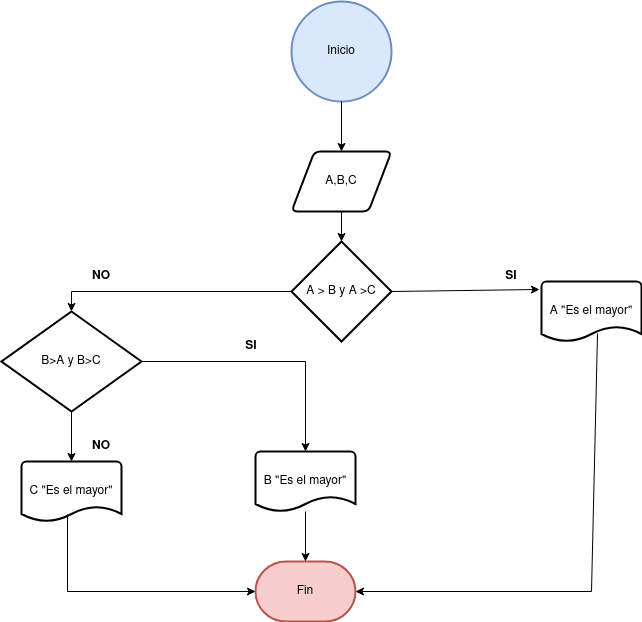
Earlier version of the draw.io export Unidad_1/images/Diagrama_flujo2.drawio.png (Joseman2000LR/Programacion). Source tidied: cells renumbered, new cells last; positions are measured from the earlier drawing's top-left corner, leaving out a move shared by most shapes. The source it was exported from:
```xml
<mxGraphModel>
  <root>
    <mxCell id="0" />
    <mxCell id="1" parent="0" />
    <mxCell id="2" value="Inicio" style="strokeWidth=2;html=1;shape=mxgraph.flowchart.start_2;whiteSpace=wrap;fillColor=#dae8fc;strokeColor=#6c8ebf;" parent="1" vertex="1">
      <mxGeometry x="290" width="100" height="100" as="geometry" />
    </mxCell>
    <mxCell id="3" value="A,B,C" style="shape=parallelogram;html=1;strokeWidth=2;perimeter=parallelogramPerimeter;whiteSpace=wrap;rounded=1;arcSize=12;size=0.23;" parent="1" vertex="1">
      <mxGeometry x="290" y="150" width="100" height="60" as="geometry" />
    </mxCell>
    <mxCell id="4" value="A &amp;gt; B y A &amp;gt;C" style="strokeWidth=2;html=1;shape=mxgraph.flowchart.decision;whiteSpace=wrap;" parent="1" vertex="1">
      <mxGeometry x="290" y="240" width="100" height="100" as="geometry" />
    </mxCell>
    <mxCell id="5" value="B&amp;gt;A y B&amp;gt;C" style="strokeWidth=2;html=1;shape=mxgraph.flowchart.decision;whiteSpace=wrap;" parent="1" vertex="1">
      <mxGeometry y="310" width="140" height="100" as="geometry" />
    </mxCell>
    <mxCell id="6" value="A &quot;Es el mayor&quot;" style="strokeWidth=2;html=1;shape=mxgraph.flowchart.document2;whiteSpace=wrap;size=0.25;" parent="1" vertex="1">
      <mxGeometry x="540" y="280" width="100" height="60" as="geometry" />
    </mxCell>
    <mxCell id="7" value="B &quot;Es el mayor&quot;" style="strokeWidth=2;html=1;shape=mxgraph.flowchart.document2;whiteSpace=wrap;size=0.25;" parent="1" vertex="1">
      <mxGeometry x="254" y="450" width="100" height="60" as="geometry" />
    </mxCell>
    <mxCell id="8" value="C &quot;Es el mayor&quot;" style="strokeWidth=2;html=1;shape=mxgraph.flowchart.document2;whiteSpace=wrap;size=0.25;" parent="1" vertex="1">
      <mxGeometry x="20" y="460" width="100" height="60" as="geometry" />
    </mxCell>
    <mxCell id="9" value="Fin " style="strokeWidth=2;html=1;shape=mxgraph.flowchart.terminator;whiteSpace=wrap;fillColor=#f8cecc;strokeColor=#b85450;" parent="1" vertex="1">
      <mxGeometry x="254" y="560" width="100" height="60" as="geometry" />
    </mxCell>
    <mxCell id="10" style="endArrow=classic;html=1;rounded=0;exitX=0.5;exitY=1;exitDx=0;exitDy=0;exitPerimeter=0;entryX=0.5;entryY=0;entryDx=0;entryDy=0;" parent="1" edge="1" source="2" target="3">
      <mxGeometry relative="1" as="geometry" />
    </mxCell>
    <mxCell id="11" style="endArrow=classic;html=1;rounded=0;exitX=0.5;exitY=1;exitDx=0;exitDy=0;entryX=0.5;entryY=0;entryDx=0;entryDy=0;entryPerimeter=0;" parent="1" edge="1" source="3" target="4">
      <mxGeometry relative="1" as="geometry" />
    </mxCell>
    <mxCell id="12" style="endArrow=classic;html=1;rounded=0;exitX=1;exitY=0.5;exitDx=0;exitDy=0;exitPerimeter=0;entryX=-0.02;entryY=0.133;entryDx=0;entryDy=0;entryPerimeter=0;" parent="1" edge="1" source="4" target="6">
      <mxGeometry relative="1" as="geometry" />
    </mxCell>
    <mxCell id="13" style="endArrow=classic;html=1;rounded=0;exitX=0;exitY=0.5;exitDx=0;exitDy=0;exitPerimeter=0;entryX=0.5;entryY=0;entryDx=0;entryDy=0;entryPerimeter=0;" parent="1" edge="1" source="4" target="5">
      <mxGeometry relative="1" as="geometry">
        <Array as="points">
          <mxPoint x="70" y="290" />
        </Array>
      </mxGeometry>
    </mxCell>
    <mxCell id="14" style="endArrow=classic;html=1;rounded=0;exitX=0.5;exitY=1;exitDx=0;exitDy=0;exitPerimeter=0;entryX=0.5;entryY=0;entryDx=0;entryDy=0;entryPerimeter=0;" parent="1" edge="1" source="5" target="8">
      <mxGeometry relative="1" as="geometry" />
    </mxCell>
    <mxCell id="15" style="endArrow=classic;html=1;rounded=0;exitX=1;exitY=0.5;exitDx=0;exitDy=0;exitPerimeter=0;entryX=0.5;entryY=0;entryDx=0;entryDy=0;entryPerimeter=0;" parent="1" edge="1" source="5" target="7">
      <mxGeometry relative="1" as="geometry">
        <Array as="points">
          <mxPoint x="304" y="360" />
        </Array>
      </mxGeometry>
    </mxCell>
    <mxCell id="16" style="endArrow=classic;html=1;rounded=0;exitX=0.56;exitY=0.867;exitDx=0;exitDy=0;exitPerimeter=0;entryX=1;entryY=0.5;entryDx=0;entryDy=0;entryPerimeter=0;" parent="1" edge="1" source="6" target="9">
      <mxGeometry relative="1" as="geometry">
        <Array as="points">
          <mxPoint x="590" y="590" />
        </Array>
      </mxGeometry>
    </mxCell>
    <mxCell id="17" style="endArrow=classic;html=1;rounded=0;exitX=0.46;exitY=0.883;exitDx=0;exitDy=0;exitPerimeter=0;entryX=0;entryY=0.5;entryDx=0;entryDy=0;entryPerimeter=0;" parent="1" edge="1" source="8" target="9">
      <mxGeometry relative="1" as="geometry">
        <Array as="points">
          <mxPoint x="66" y="590" />
        </Array>
      </mxGeometry>
    </mxCell>
    <mxCell id="18" style="endArrow=classic;html=1;rounded=0;entryX=0.5;entryY=0;entryDx=0;entryDy=0;entryPerimeter=0;" parent="1" edge="1" source="7" target="9">
      <mxGeometry relative="1" as="geometry" />
    </mxCell>
    <mxCell id="19" value="&lt;b&gt;NO&lt;/b&gt;" style="text;html=1;strokeColor=none;fillColor=none;align=center;verticalAlign=middle;whiteSpace=wrap;rounded=0;" parent="1" vertex="1">
      <mxGeometry x="70" y="260" width="60" height="30" as="geometry" />
    </mxCell>
    <mxCell id="20" value="&lt;b&gt;SI&lt;/b&gt;" style="text;html=1;strokeColor=none;fillColor=none;align=center;verticalAlign=middle;whiteSpace=wrap;rounded=0;" parent="1" vertex="1">
      <mxGeometry x="480" y="260" width="60" height="30" as="geometry" />
    </mxCell>
    <mxCell id="21" value="&lt;b&gt;SI&lt;/b&gt;" style="text;html=1;strokeColor=none;fillColor=none;align=center;verticalAlign=middle;whiteSpace=wrap;rounded=0;" parent="1" vertex="1">
      <mxGeometry x="220" y="330" width="60" height="30" as="geometry" />
    </mxCell>
    <mxCell id="22" value="&lt;b&gt;NO&lt;/b&gt;" style="text;html=1;strokeColor=none;fillColor=none;align=center;verticalAlign=middle;whiteSpace=wrap;rounded=0;" parent="1" vertex="1">
      <mxGeometry x="70" y="430" width="60" height="30" as="geometry" />
    </mxCell>
  </root>
</mxGraphModel>
```
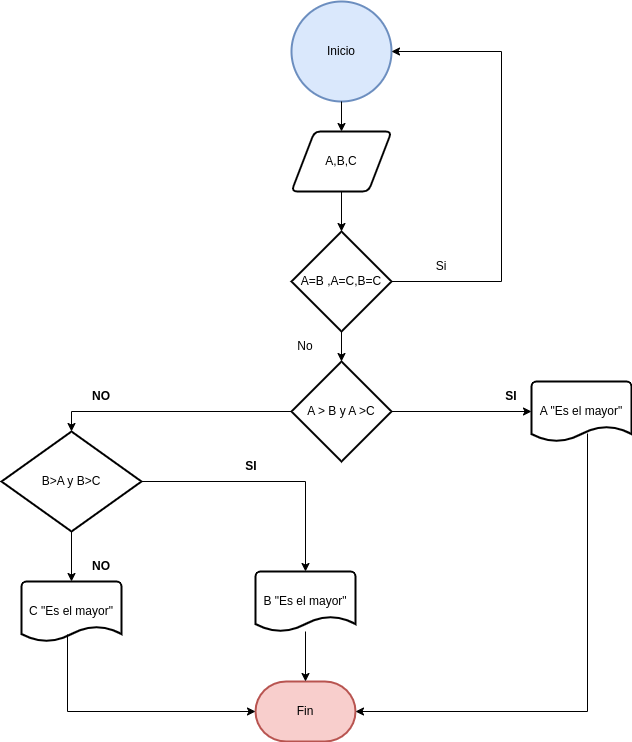
After the change.

The edit, as a diff of the source:
```diff
@@ -3,10 +3,10 @@
     <mxCell id="0" />
     <mxCell id="1" parent="0" />
     <mxCell id="2" value="Inicio" style="strokeWidth=2;html=1;shape=mxgraph.flowchart.start_2;whiteSpace=wrap;fillColor=#dae8fc;strokeColor=#6c8ebf;" parent="1" vertex="1">
-      <mxGeometry x="290" width="100" height="100" as="geometry" />
+      <mxGeometry x="290" y="-120" width="100" height="100" as="geometry" />
     </mxCell>
     <mxCell id="3" value="A,B,C" style="shape=parallelogram;html=1;strokeWidth=2;perimeter=parallelogramPerimeter;whiteSpace=wrap;rounded=1;arcSize=12;size=0.23;" parent="1" vertex="1">
-      <mxGeometry x="290" y="150" width="100" height="60" as="geometry" />
+      <mxGeometry x="290" y="10" width="100" height="60" as="geometry" />
     </mxCell>
     <mxCell id="4" value="A &amp;gt; B y A &amp;gt;C" style="strokeWidth=2;html=1;shape=mxgraph.flowchart.decision;whiteSpace=wrap;" parent="1" vertex="1">
       <mxGeometry x="290" y="240" width="100" height="100" as="geometry" />
@@ -15,7 +15,7 @@
       <mxGeometry y="310" width="140" height="100" as="geometry" />
     </mxCell>
     <mxCell id="6" value="A &quot;Es el mayor&quot;" style="strokeWidth=2;html=1;shape=mxgraph.flowchart.document2;whiteSpace=wrap;size=0.25;" parent="1" vertex="1">
-      <mxGeometry x="540" y="280" width="100" height="60" as="geometry" />
+      <mxGeometry x="530" y="260" width="100" height="60" as="geometry" />
     </mxCell>
     <mxCell id="7" value="B &quot;Es el mayor&quot;" style="strokeWidth=2;html=1;shape=mxgraph.flowchart.document2;whiteSpace=wrap;size=0.25;" parent="1" vertex="1">
       <mxGeometry x="254" y="450" width="100" height="60" as="geometry" />
@@ -29,10 +29,7 @@
     <mxCell id="10" style="endArrow=classic;html=1;rounded=0;exitX=0.5;exitY=1;exitDx=0;exitDy=0;exitPerimeter=0;entryX=0.5;entryY=0;entryDx=0;entryDy=0;" parent="1" edge="1" source="2" target="3">
       <mxGeometry relative="1" as="geometry" />
     </mxCell>
-    <mxCell id="11" style="endArrow=classic;html=1;rounded=0;exitX=0.5;exitY=1;exitDx=0;exitDy=0;entryX=0.5;entryY=0;entryDx=0;entryDy=0;entryPerimeter=0;" parent="1" edge="1" source="3" target="4">
-      <mxGeometry relative="1" as="geometry" />
-    </mxCell>
-    <mxCell id="12" style="endArrow=classic;html=1;rounded=0;exitX=1;exitY=0.5;exitDx=0;exitDy=0;exitPerimeter=0;entryX=-0.02;entryY=0.133;entryDx=0;entryDy=0;entryPerimeter=0;" parent="1" edge="1" source="4" target="6">
+    <mxCell id="12" style="endArrow=classic;html=1;rounded=0;exitX=1;exitY=0.5;exitDx=0;exitDy=0;exitPerimeter=0;entryX=0;entryY=0.5;entryDx=0;entryDy=0;entryPerimeter=0;" parent="1" edge="1" source="4" target="6">
       <mxGeometry relative="1" as="geometry" />
     </mxCell>
     <mxCell id="13" style="endArrow=classic;html=1;rounded=0;exitX=0;exitY=0.5;exitDx=0;exitDy=0;exitPerimeter=0;entryX=0.5;entryY=0;entryDx=0;entryDy=0;entryPerimeter=0;" parent="1" edge="1" source="4" target="5">
@@ -55,7 +52,7 @@
     <mxCell id="16" style="endArrow=classic;html=1;rounded=0;exitX=0.56;exitY=0.867;exitDx=0;exitDy=0;exitPerimeter=0;entryX=1;entryY=0.5;entryDx=0;entryDy=0;entryPerimeter=0;" parent="1" edge="1" source="6" target="9">
       <mxGeometry relative="1" as="geometry">
         <Array as="points">
-          <mxPoint x="590" y="590" />
+          <mxPoint x="586" y="590" />
         </Array>
       </mxGeometry>
     </mxCell>
@@ -81,5 +78,28 @@
     <mxCell id="22" value="&lt;b&gt;NO&lt;/b&gt;" style="text;html=1;strokeColor=none;fillColor=none;align=center;verticalAlign=middle;whiteSpace=wrap;rounded=0;" parent="1" vertex="1">
       <mxGeometry x="70" y="430" width="60" height="30" as="geometry" />
     </mxCell>
+    <mxCell id="23" value="A=B ,A=C,B=C" style="strokeWidth=2;html=1;shape=mxgraph.flowchart.decision;whiteSpace=wrap;" parent="1" vertex="1">
+      <mxGeometry x="290" y="110" width="100" height="100" as="geometry" />
+    </mxCell>
+    <mxCell id="24" style="endArrow=classic;html=1;exitX=0.5;exitY=1;exitDx=0;exitDy=0;entryX=0.5;entryY=0;entryDx=0;entryDy=0;entryPerimeter=0;" parent="1" edge="1" source="3" target="23">
+      <mxGeometry relative="1" as="geometry" />
+    </mxCell>
+    <mxCell id="25" style="endArrow=classic;html=1;rounded=0;exitX=1;exitY=0.5;exitDx=0;exitDy=0;exitPerimeter=0;entryX=1;entryY=0.5;entryDx=0;entryDy=0;entryPerimeter=0;" parent="1" edge="1" source="23" target="2">
+      <mxGeometry relative="1" as="geometry">
+        <Array as="points">
+          <mxPoint x="500" y="160" />
+          <mxPoint x="500" y="-70" />
+        </Array>
+      </mxGeometry>
+    </mxCell>
+    <mxCell id="26" style="endArrow=classic;html=1;entryX=0.5;entryY=0;entryDx=0;entryDy=0;entryPerimeter=0;exitX=0.5;exitY=1;exitDx=0;exitDy=0;exitPerimeter=0;" parent="1" edge="1" source="23" target="4">
+      <mxGeometry relative="1" as="geometry" />
+    </mxCell>
+    <mxCell id="27" value="Si" style="text;html=1;strokeColor=none;fillColor=none;align=center;verticalAlign=middle;whiteSpace=wrap;rounded=0;" parent="1" vertex="1">
+      <mxGeometry x="410" y="130" width="60" height="30" as="geometry" />
+    </mxCell>
+    <mxCell id="28" value="No" style="text;html=1;strokeColor=none;fillColor=none;align=center;verticalAlign=middle;whiteSpace=wrap;rounded=0;" parent="1" vertex="1">
+      <mxGeometry x="274" y="210" width="60" height="30" as="geometry" />
+    </mxCell>
   </root>
 </mxGraphModel>
```
